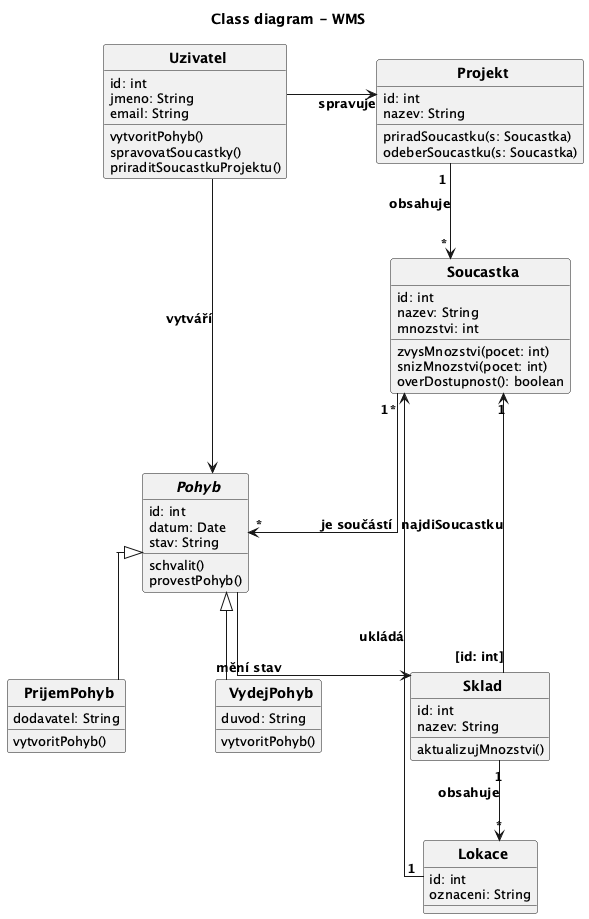
Above: docs/images/02_class_diagram.png in lkvapil/wms-elektronicke-soucastky (PlantUML), before the change.
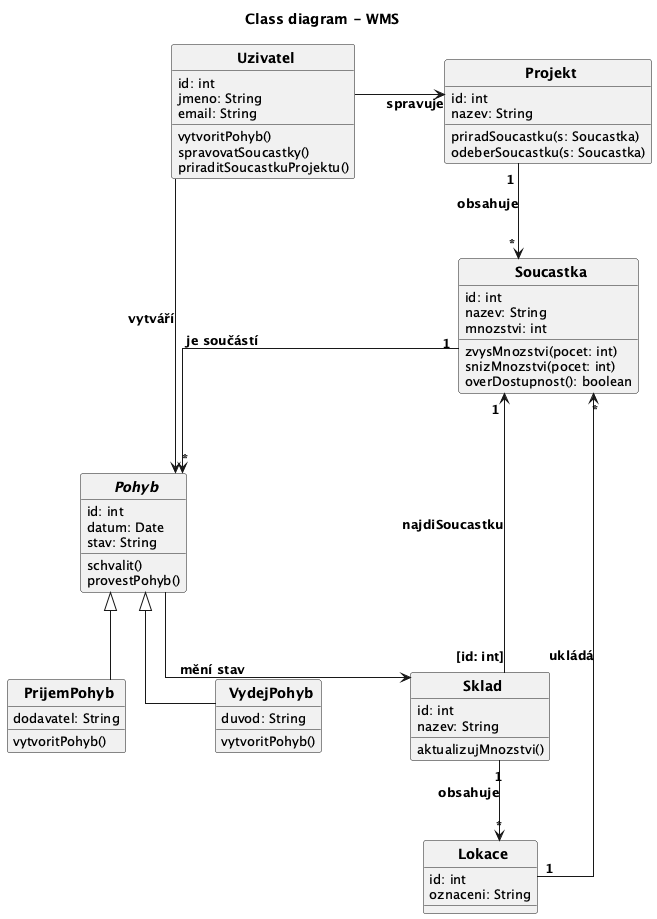
Above is the later version.

Commit message:
revert: layout class diagramu zpet na 2 sloupce

Diff of the diagram source:
```diff
@@ -81,11 +81,11 @@
 Uzivatel --> Projekt : spravuje
 
 Uzivatel -[hidden]right- Projekt
-Uzivatel -[hidden]down- Pohyb
+Uzivatel -[hidden]down- Sklad
+Sklad -[hidden]down- Lokace
+Projekt -[hidden]down- Soucastka
+Soucastka -[hidden]down- Pohyb
 Pohyb -[hidden]down- PrijemPohyb
 PrijemPohyb -[hidden]right- VydejPohyb
-Projekt -[hidden]down- Soucastka
-Soucastka -[hidden]down- Sklad
-Sklad -[hidden]down- Lokace
 
 @enduml
```
